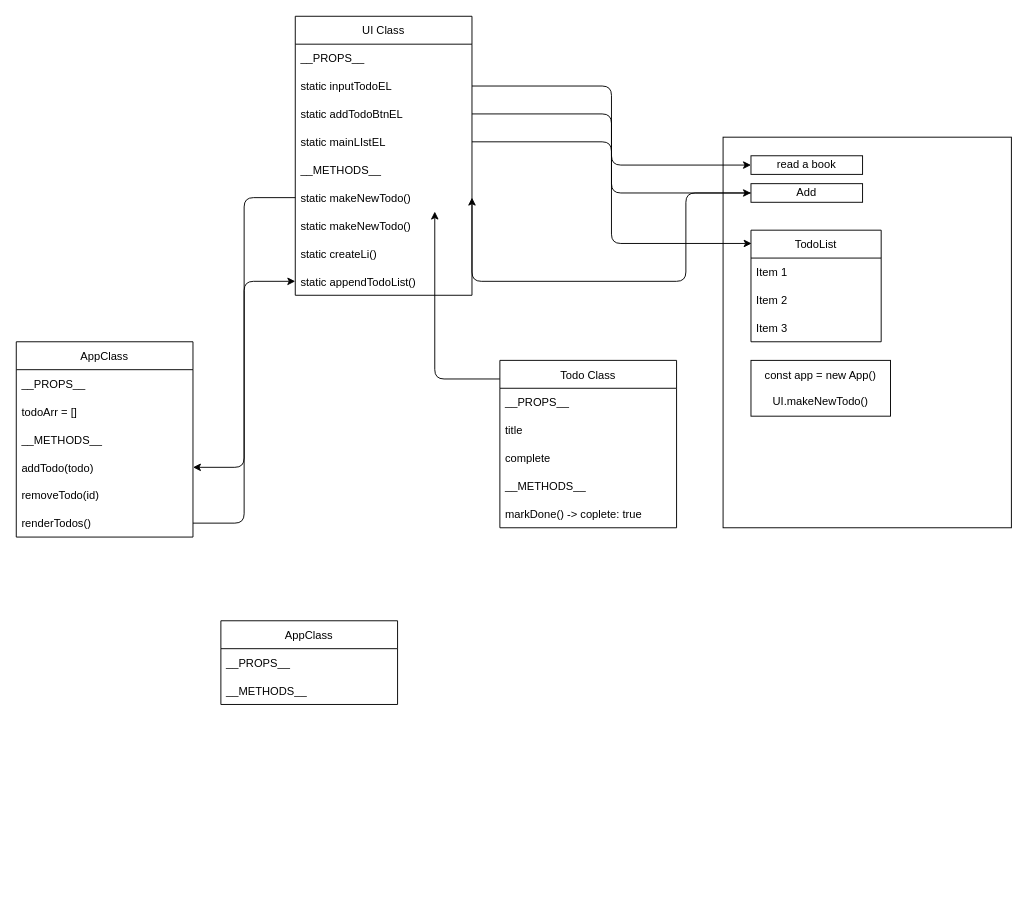
The draw.io diagram plan.drawio in MariusCodeAcademy/type12-js-18-oop-todo-magic, before the edit. Source tidied: cells renumbered, new cells numbered last; positions are measured from the earlier drawing's top-left corner, leaving out a move shared by most shapes. Both pictures are drawn from the tidied source at 93%, with x=0, y=0 at pixel (16, 16).
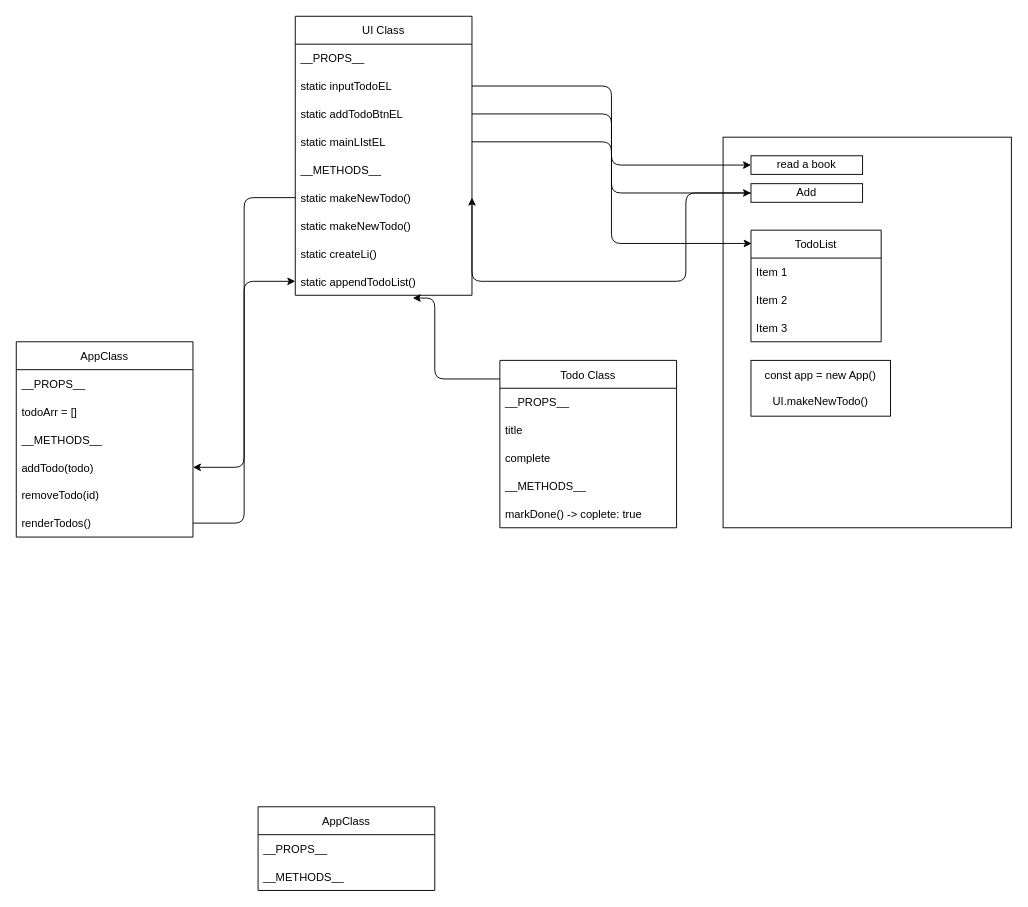
The same page after the edit.

The change refers to these unchanged cells:
```xml
<mxCell id="3" value="Todo Class" style="swimlane;fontStyle=0;horizontal=1;startSize=30;" parent="1" vertex="1">
  <mxGeometry x="520" y="370" width="190" height="180" as="geometry" />
</mxCell>
<mxCell id="25" value="static makeNewTodo()" style="text;strokeColor=none;fillColor=none;align=left;verticalAlign=middle;spacingLeft=4;spacingRight=4;overflow=hidden;points=[[0,0.5],[1,0.5]];portConstraint=eastwest;" parent="19" vertex="1">
  <mxGeometry y="180" width="190" height="30" as="geometry" />
</mxCell>
<mxCell id="28" value="static appendTodoList()" style="text;strokeColor=none;fillColor=none;align=left;verticalAlign=middle;spacingLeft=4;spacingRight=4;overflow=hidden;points=[[0,0.5],[1,0.5]];portConstraint=eastwest;" parent="19" vertex="1">
  <mxGeometry y="270" width="190" height="30" as="geometry" />
</mxCell>
```

The edit, as a diff of the source:
```diff
@@
-    <mxCell id="2" style="edgeStyle=orthogonalEdgeStyle;html=1;" parent="1" edge="1" source="3" target="25">
+    <mxCell id="2" style="edgeStyle=orthogonalEdgeStyle;html=1;entryX=0.665;entryY=1.1;entryDx=0;entryDy=0;entryPerimeter=0;" parent="1" edge="1" source="3" target="28">
       <mxGeometry relative="1" as="geometry">
         <Array as="points">
           <mxPoint x="450" y="390" />
+          <mxPoint x="450" y="303" />
         </Array>
       </mxGeometry>
     </mxCell>
@@
     <mxCell id="16" value="AppClass" style="swimlane;fontStyle=0;horizontal=1;startSize=30;" parent="1" vertex="1">
-      <mxGeometry x="220" y="650" width="190" height="90" as="geometry" />
+      <mxGeometry x="260" y="850" width="190" height="90" as="geometry" />
     </mxCell>
```
